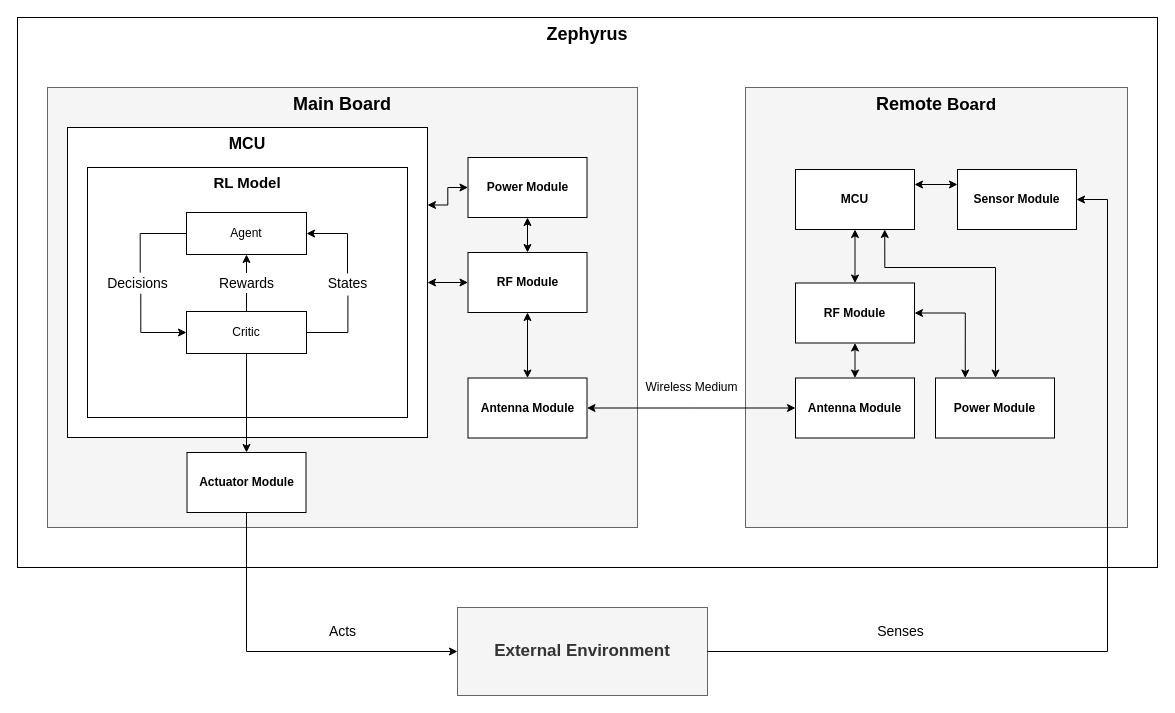
Before: page "SYS_OV_P1" (1 of 2) of 2. Analysis/1. System Overview/sys_overview.drawio in esrg-silent-howl/zephyrus, a draw.io diagram. Source tidied: cells renumbered, new cells numbered last; positions are measured from the earlier drawing's top-left corner, leaving out a move shared by most shapes. Both pictures are drawn from the tidied source at 100%, with x=0, y=0 at pixel (17, 17).
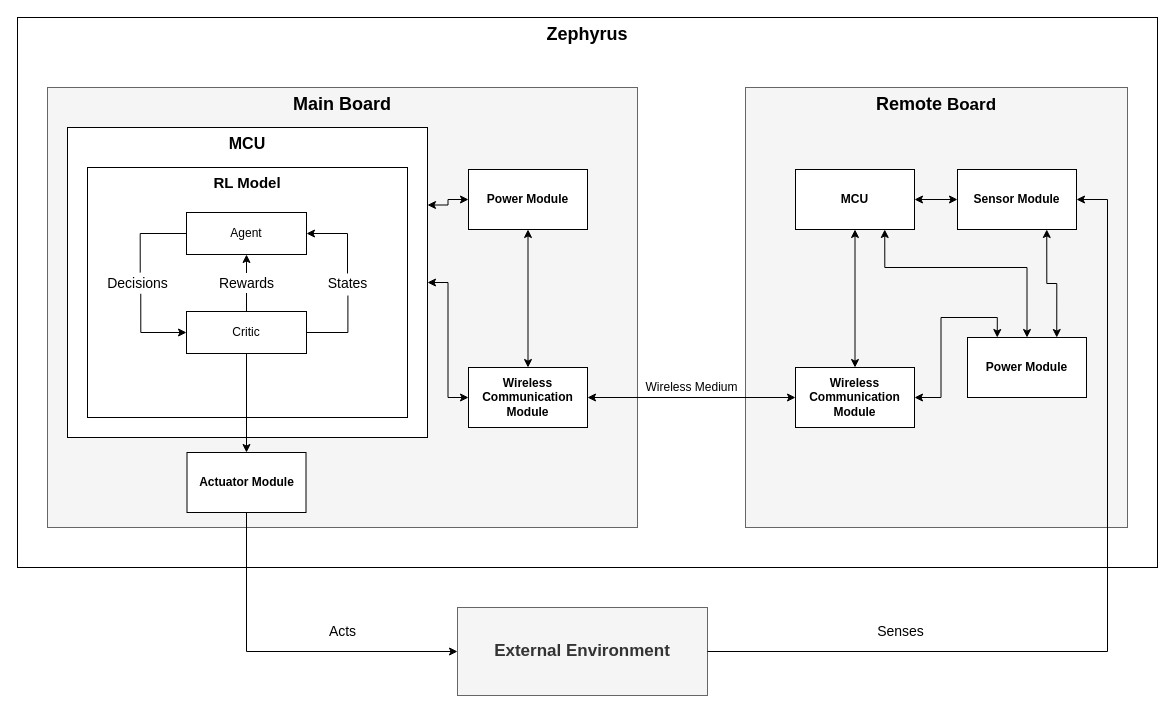
Above is the later version.

Commit message (it also covers changes not shown here):
UPTD: Simplified and generalized the wireless connection blocks in the System Overview diragram

The change refers to these unchanged cells:
```xml
<mxCell id="30" value="&lt;b&gt;&lt;font style=&quot;font-size: 12px&quot;&gt;MCU&lt;/font&gt;&lt;/b&gt;" style="rounded=0;whiteSpace=wrap;html=1;" parent="1" vertex="1">
  <mxGeometry x="778" y="152" width="119" height="60" as="geometry" />
</mxCell>
<mxCell id="43" value="&lt;b&gt;Sensor Module&lt;/b&gt;" style="rounded=0;whiteSpace=wrap;html=1;" parent="1" vertex="1">
  <mxGeometry x="940" y="152" width="119" height="60" as="geometry" />
</mxCell>
```

The edit, as a diff of the source:
```diff
@@
-    <mxCell id="27" style="edgeStyle=orthogonalEdgeStyle;rounded=0;jettySize=auto;html=1;exitX=0.5;exitY=1;exitDx=0;exitDy=0;entryX=0.5;entryY=0;entryDx=0;entryDy=0;startArrow=classic;startFill=1;endArrow=classic;endFill=1;" parent="1" edge="1" source="30" target="33">
-      <mxGeometry relative="1" as="geometry" />
-    </mxCell>
+    <mxCell id="29" style="edgeStyle=orthogonalEdgeStyle;rounded=0;jettySize=auto;html=1;exitX=0.75;exitY=1;exitDx=0;exitDy=0;startArrow=classic;startFill=1;endArrow=classic;endFill=1;entryX=0.5;entryY=0;entryDx=0;entryDy=0;" parent="1" edge="1" source="30" target="40">
+      <mxGeometry relative="1" as="geometry">
+        <Array as="points">
+          <mxPoint x="867" y="250" />
+          <mxPoint x="1010" y="250" />
+        </Array>
+      </mxGeometry>
+    </mxCell>
-    <mxCell id="28" style="edgeStyle=orthogonalEdgeStyle;rounded=0;jettySize=auto;html=1;exitX=1;exitY=0.25;exitDx=0;exitDy=0;entryX=0;entryY=0.25;entryDx=0;entryDy=0;startArrow=classic;startFill=1;endArrow=classic;endFill=1;" parent="1" edge="1" source="30" target="43">
+    <mxCell id="28" style="edgeStyle=orthogonalEdgeStyle;rounded=0;jettySize=auto;html=1;exitX=1;exitY=0.5;exitDx=0;exitDy=0;entryX=0;entryY=0.5;entryDx=0;entryDy=0;startArrow=classic;startFill=1;" parent="1" edge="1" source="30" target="43">
       <mxGeometry relative="1" as="geometry" />
     </mxCell>
-    <mxCell id="29" style="edgeStyle=orthogonalEdgeStyle;rounded=0;jettySize=auto;html=1;exitX=0.75;exitY=1;exitDx=0;exitDy=0;startArrow=classic;startFill=1;endArrow=classic;endFill=1;" parent="1" edge="1" source="30" target="40">
-      <mxGeometry relative="1" as="geometry">
-        <Array as="points">
-          <mxPoint x="867" y="250" />
-          <mxPoint x="978" y="250" />
-        </Array>
-      </mxGeometry>
-    </mxCell>
@@
+    <mxCell id="44" style="edgeStyle=orthogonalEdgeStyle;rounded=0;jettySize=auto;html=1;exitX=0;exitY=0.5;exitDx=0;exitDy=0;entryX=1;entryY=0.5;entryDx=0;entryDy=0;startArrow=classic;startFill=1;" parent="1" edge="1" source="31" target="38">
+      <mxGeometry relative="1" as="geometry" />
+    </mxCell>
-    <mxCell id="31" value="&lt;b&gt;Antenna Module&lt;/b&gt;" style="rounded=0;whiteSpace=wrap;html=1;" parent="1" vertex="1">
-      <mxGeometry x="778" y="360.5" width="119" height="60" as="geometry" />
+    <mxCell id="31" value="&lt;b&gt;Wireless Communication Module&lt;/b&gt;" style="rounded=0;whiteSpace=wrap;html=1;" parent="1" vertex="1">
+      <mxGeometry x="778" y="350" width="119" height="60" as="geometry" />
     </mxCell>
-    <mxCell id="32" style="edgeStyle=orthogonalEdgeStyle;rounded=0;jettySize=auto;html=1;exitX=0.5;exitY=1;exitDx=0;exitDy=0;entryX=0.5;entryY=0;entryDx=0;entryDy=0;startArrow=classic;startFill=1;endArrow=classic;endFill=1;" parent="1" edge="1" source="33" target="31">
+    <mxCell id="32" style="edgeStyle=orthogonalEdgeStyle;rounded=0;jettySize=auto;html=1;exitX=0.5;exitY=1;exitDx=0;exitDy=0;entryX=0.5;entryY=0;entryDx=0;entryDy=0;startArrow=classic;startFill=1;endArrow=classic;endFill=1;" parent="1" edge="1" source="30" target="31">
       <mxGeometry relative="1" as="geometry" />
     </mxCell>
-    <mxCell id="33" value="&lt;b&gt;RF Module&lt;/b&gt;" style="rounded=0;whiteSpace=wrap;html=1;" parent="1" vertex="1">
-      <mxGeometry x="778" y="265.5" width="119" height="60" as="geometry" />
-    </mxCell>
-    <mxCell id="34" style="edgeStyle=orthogonalEdgeStyle;rounded=0;jettySize=auto;html=1;exitX=1;exitY=0.5;exitDx=0;exitDy=0;entryX=0;entryY=0.5;entryDx=0;entryDy=0;startArrow=classic;startFill=1;endArrow=classic;endFill=1;" parent="1" edge="1" source="35" target="31">
-      <mxGeometry relative="1" as="geometry">
-        <Array as="points">
-          <mxPoint x="674" y="390" />
-        </Array>
-      </mxGeometry>
-    </mxCell>
-    <mxCell id="35" value="&lt;b&gt;Antenna Module&lt;/b&gt;" style="rounded=0;whiteSpace=wrap;html=1;" parent="1" vertex="1">
-      <mxGeometry x="450.5" y="360.5" width="119" height="60" as="geometry" />
-    </mxCell>
-    <mxCell id="36" style="edgeStyle=orthogonalEdgeStyle;rounded=0;jettySize=auto;html=1;exitX=0.5;exitY=1;exitDx=0;exitDy=0;entryX=0.5;entryY=0;entryDx=0;entryDy=0;startArrow=classic;startFill=1;endArrow=classic;endFill=1;" parent="1" edge="1" source="38" target="35">
-      <mxGeometry relative="1" as="geometry" />
-    </mxCell>
@@
-    <mxCell id="38" value="&lt;b&gt;RF Module&lt;/b&gt;" style="rounded=0;whiteSpace=wrap;html=1;" parent="1" vertex="1">
-      <mxGeometry x="450.5" y="235" width="119" height="60" as="geometry" />
+    <mxCell id="38" value="&lt;b&gt;Wireless Communication Module&lt;/b&gt;" style="rounded=0;whiteSpace=wrap;html=1;" parent="1" vertex="1">
+      <mxGeometry x="451" y="350" width="119" height="60" as="geometry" />
     </mxCell>
-    <mxCell id="39" style="edgeStyle=orthogonalEdgeStyle;rounded=0;jettySize=auto;html=1;exitX=0.25;exitY=0;exitDx=0;exitDy=0;entryX=1;entryY=0.5;entryDx=0;entryDy=0;startArrow=classic;startFill=1;endArrow=classic;endFill=1;" parent="1" edge="1" source="40" target="33">
-      <mxGeometry relative="1" as="geometry" />
-    </mxCell>
+    <mxCell id="45" style="edgeStyle=orthogonalEdgeStyle;rounded=0;jettySize=auto;html=1;exitX=0.25;exitY=0;exitDx=0;exitDy=0;entryX=1;entryY=0.5;entryDx=0;entryDy=0;startArrow=classic;startFill=1;" parent="1" edge="1" source="40" target="31">
+      <mxGeometry relative="1" as="geometry" />
+    </mxCell>
+    <mxCell id="46" style="edgeStyle=orthogonalEdgeStyle;rounded=0;jettySize=auto;html=1;exitX=0.75;exitY=0;exitDx=0;exitDy=0;entryX=0.75;entryY=1;entryDx=0;entryDy=0;startArrow=classic;startFill=1;" parent="1" edge="1" source="40" target="43">
+      <mxGeometry relative="1" as="geometry" />
+    </mxCell>
     <mxCell id="40" value="&lt;b&gt;Power Module&lt;/b&gt;" style="rounded=0;whiteSpace=wrap;html=1;" parent="1" vertex="1">
-      <mxGeometry x="918" y="360.5" width="119" height="60" as="geometry" />
+      <mxGeometry x="950" y="320" width="119" height="60" as="geometry" />
     </mxCell>
@@
     <mxCell id="42" value="&lt;b&gt;Power Module&lt;/b&gt;" style="rounded=0;whiteSpace=wrap;html=1;" parent="1" vertex="1">
-      <mxGeometry x="450.5" y="140" width="119" height="60" as="geometry" />
+      <mxGeometry x="451" y="152" width="119" height="60" as="geometry" />
     </mxCell>
```
